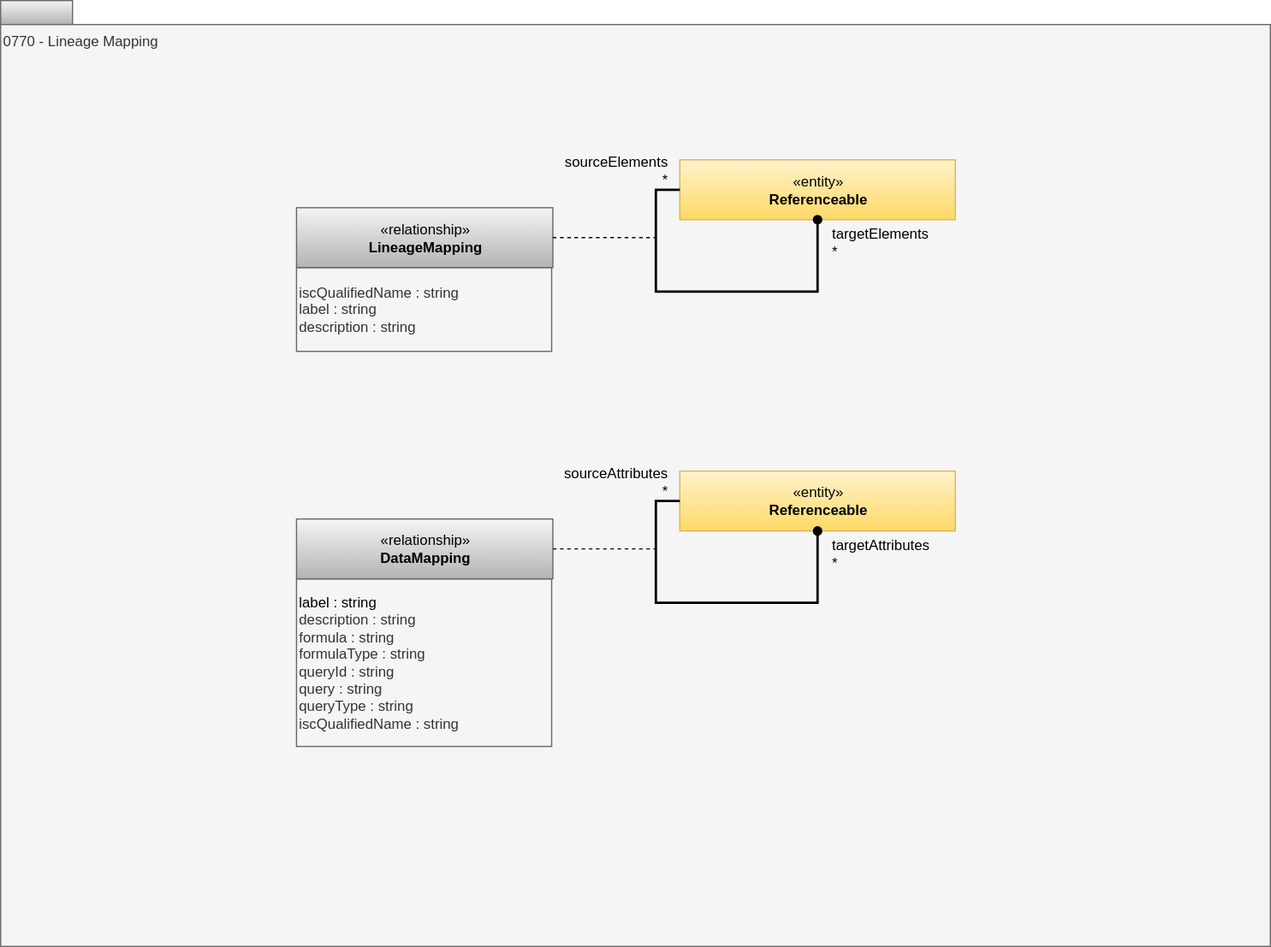
Earlier version of the draw.io export site/docs/types/7/0770-Lineage-Mapping.svg (odpi/egeria-docs). Source tidied: cells renumbered, new cells last; positions are measured from the earlier drawing's top-left corner, leaving out a move shared by most shapes.
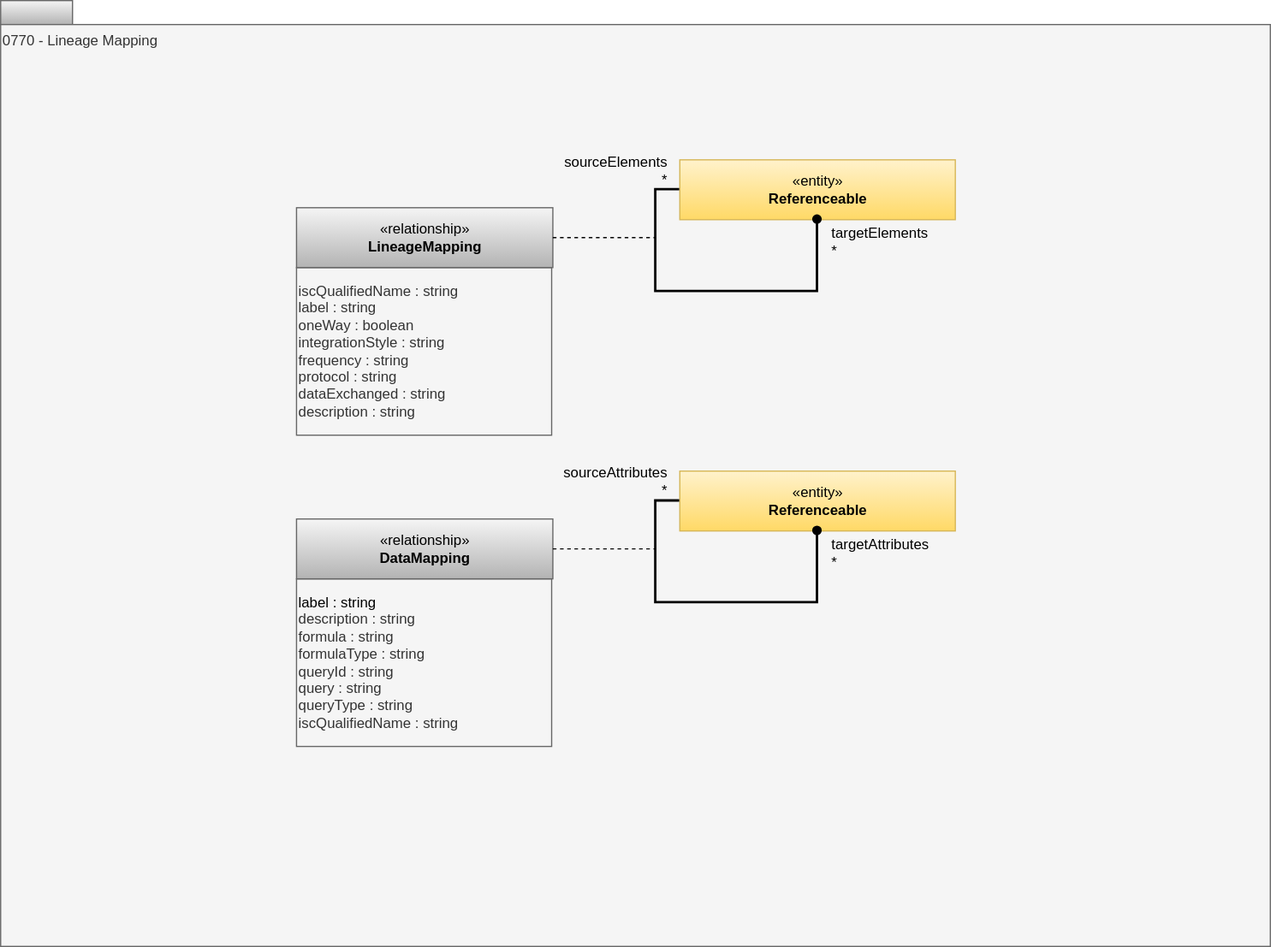
After the change.

Diff of the diagram source:
```diff
@@ -11,8 +11,8 @@
     <mxCell id="4" value="«entity»&lt;br&gt;&lt;b&gt;Referenceable&lt;/b&gt;" style="html=1;strokeColor=#d6b656;align=center;fillColor=#fff2cc;gradientColor=#ffd966;" parent="1" vertex="1">
       <mxGeometry x="567" y="133" width="230" height="50" as="geometry" />
     </mxCell>
-    <mxCell id="5" value="&lt;div style=&quot;text-align: left&quot;&gt;iscQualifiedName : string&lt;/div&gt;&lt;div style=&quot;text-align: left&quot;&gt;label : string&lt;br&gt;description : string&lt;br&gt;&lt;/div&gt;" style="rounded=0;whiteSpace=wrap;html=1;strokeColor=#666666;align=left;fillColor=#f5f5f5;fontColor=#333333;" parent="1" vertex="1">
-      <mxGeometry x="247" y="223" width="213" height="70" as="geometry" />
+    <mxCell id="5" value="&lt;div style=&quot;text-align: left&quot;&gt;iscQualifiedName : string&lt;/div&gt;&lt;div style=&quot;text-align: left&quot;&gt;label : string&lt;/div&gt;&lt;div style=&quot;text-align: left&quot;&gt;&lt;div&gt;oneWay : boolean&lt;/div&gt;&lt;div&gt;integrationStyle : string&lt;/div&gt;&lt;div&gt;frequency : string&lt;/div&gt;&lt;div&gt;protocol : string&lt;/div&gt;&lt;div&gt;dataExchanged : string&lt;/div&gt;description : string&lt;br&gt;&lt;/div&gt;" style="rounded=0;whiteSpace=wrap;html=1;strokeColor=#666666;align=left;fillColor=#f5f5f5;fontColor=#333333;" parent="1" vertex="1">
+      <mxGeometry x="247" y="223" width="213" height="140" as="geometry" />
     </mxCell>
     <mxCell id="6" value="«relationship»&lt;br&gt;&lt;b&gt;LineageMapping&lt;/b&gt;" style="html=1;strokeColor=#666666;align=center;fillColor=#f5f5f5;gradientColor=#b3b3b3;" parent="1" vertex="1">
       <mxGeometry x="247" y="173" width="214" height="50" as="geometry" />
@@ -44,7 +44,7 @@
     <mxCell id="11" value="«entity»&lt;br&gt;&lt;b&gt;Referenceable&lt;/b&gt;" style="html=1;strokeColor=#d6b656;align=center;fillColor=#fff2cc;gradientColor=#ffd966;" parent="1" vertex="1">
       <mxGeometry x="567" y="393" width="230" height="50" as="geometry" />
     </mxCell>
-    <mxCell id="12" value="&lt;div style=&quot;text-align: left&quot;&gt;&lt;span style=&quot;background-color: transparent; color: light-dark(rgb(0, 0, 0), rgb(255, 255, 255));&quot;&gt;label : string&lt;/span&gt;&lt;br&gt;&lt;/div&gt;&lt;div style=&quot;text-align: left&quot;&gt;description : string&lt;br&gt;&lt;/div&gt;&lt;div style=&quot;text-align: left&quot;&gt;formula : string&lt;/div&gt;&lt;div style=&quot;text-align: left&quot;&gt;formulaType : string&lt;/div&gt;&lt;div style=&quot;text-align: left&quot;&gt;queryId : string&lt;/div&gt;&lt;div style=&quot;text-align: left&quot;&gt;query : string&lt;/div&gt;&lt;div style=&quot;text-align: left&quot;&gt;queryType : string&lt;/div&gt;&lt;div style=&quot;text-align: left&quot;&gt;&lt;div&gt;iscQualifiedName : string&lt;/div&gt;&lt;/div&gt;" style="rounded=0;whiteSpace=wrap;html=1;strokeColor=#666666;align=left;fillColor=#f5f5f5;fontColor=#333333;" parent="1" vertex="1">
+    <mxCell id="12" value="&lt;div style=&quot;text-align: left&quot;&gt;&lt;span style=&quot;background-color: transparent; color: light-dark(rgb(0, 0, 0), rgb(255, 255, 255));&quot;&gt;label : string&lt;/span&gt;&lt;/div&gt;&lt;div style=&quot;text-align: left&quot;&gt;description : string&lt;br&gt;&lt;/div&gt;&lt;div style=&quot;text-align: left&quot;&gt;formula : string&lt;/div&gt;&lt;div style=&quot;text-align: left&quot;&gt;formulaType : string&lt;/div&gt;&lt;div style=&quot;text-align: left&quot;&gt;queryId : string&lt;/div&gt;&lt;div style=&quot;text-align: left&quot;&gt;query : string&lt;/div&gt;&lt;div style=&quot;text-align: left&quot;&gt;queryType : string&lt;/div&gt;&lt;div style=&quot;text-align: left&quot;&gt;&lt;div&gt;iscQualifiedName : string&lt;/div&gt;&lt;/div&gt;" style="rounded=0;whiteSpace=wrap;html=1;strokeColor=#666666;align=left;fillColor=#f5f5f5;fontColor=#333333;" parent="1" vertex="1">
       <mxGeometry x="247" y="483" width="213" height="140" as="geometry" />
     </mxCell>
     <mxCell id="13" value="«relationship»&lt;br&gt;&lt;b&gt;DataMapping&lt;/b&gt;" style="html=1;strokeColor=#666666;align=center;fillColor=#f5f5f5;gradientColor=#b3b3b3;" parent="1" vertex="1">
```
